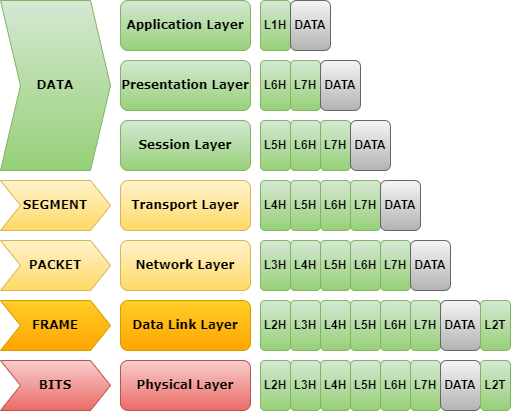
Above: OSImodel/images/OSImodel.png in cybsf/CheatSheets (draw.io), before the change. Source tidied: cells renumbered, new cells last; positions are measured from the earlier drawing's top-left corner, leaving out a move shared by most shapes. Its diagram source:
```xml
<mxGraphModel>
  <root>
    <mxCell id="0" />
    <mxCell id="1" parent="0" />
    <mxCell id="2" value="&lt;font face=&quot;Verdana&quot;&gt;&lt;b&gt;Physical Layer&lt;/b&gt;&lt;/font&gt;" style="rounded=1;whiteSpace=wrap;html=1;fillColor=#f8cecc;strokeColor=#b85450;gradientColor=#ea6b66;" parent="1" vertex="1">
      <mxGeometry x="120" y="360" width="130" height="50" as="geometry" />
    </mxCell>
    <mxCell id="3" value="&lt;span style=&quot;font-family: &amp;#34;verdana&amp;#34;&quot;&gt;&lt;b&gt;Data Link Layer&lt;/b&gt;&lt;/span&gt;" style="rounded=1;whiteSpace=wrap;html=1;fillColor=#ffcd28;strokeColor=#d79b00;gradientColor=#ffa500;" parent="1" vertex="1">
      <mxGeometry x="120" y="300" width="130" height="50" as="geometry" />
    </mxCell>
    <mxCell id="4" value="&lt;span style=&quot;font-family: &amp;#34;verdana&amp;#34;&quot;&gt;&lt;b&gt;Network Layer&lt;/b&gt;&lt;/span&gt;" style="rounded=1;whiteSpace=wrap;html=1;fillColor=#fff2cc;strokeColor=#d6b656;gradientColor=#ffd966;" parent="1" vertex="1">
      <mxGeometry x="120" y="240" width="130" height="50" as="geometry" />
    </mxCell>
    <mxCell id="5" value="&lt;font face=&quot;Verdana&quot;&gt;&lt;b&gt;Transport Layer&lt;/b&gt;&lt;/font&gt;" style="rounded=1;whiteSpace=wrap;html=1;fillColor=#fff2cc;strokeColor=#d6b656;gradientColor=#ffd966;" parent="1" vertex="1">
      <mxGeometry x="120" y="180" width="130" height="50" as="geometry" />
    </mxCell>
    <mxCell id="6" value="&lt;font face=&quot;Verdana&quot;&gt;&lt;b&gt;Session Layer&lt;/b&gt;&lt;/font&gt;" style="rounded=1;whiteSpace=wrap;html=1;fillColor=#d5e8d4;strokeColor=#82b366;gradientColor=#97d077;" parent="1" vertex="1">
      <mxGeometry x="120" y="120" width="130" height="50" as="geometry" />
    </mxCell>
    <mxCell id="7" value="&lt;font face=&quot;Verdana&quot;&gt;&lt;b&gt;Presentation Layer&lt;/b&gt;&lt;/font&gt;" style="rounded=1;whiteSpace=wrap;html=1;fillColor=#d5e8d4;strokeColor=#82b366;gradientColor=#97d077;" parent="1" vertex="1">
      <mxGeometry x="120" y="60" width="130" height="50" as="geometry" />
    </mxCell>
    <mxCell id="8" value="&lt;font face=&quot;Verdana&quot;&gt;&lt;b&gt;Application Layer&lt;/b&gt;&lt;/font&gt;" style="rounded=1;whiteSpace=wrap;html=1;fillColor=#d5e8d4;strokeColor=#82b366;gradientColor=#97d077;" parent="1" vertex="1">
      <mxGeometry x="120" width="130" height="50" as="geometry" />
    </mxCell>
    <mxCell id="9" value="BITS" style="shape=step;perimeter=stepPerimeter;whiteSpace=wrap;html=1;fixedSize=1;fontFamily=Verdana;strokeColor=#b85450;fillColor=#f8cecc;gradientColor=#ea6b66;fontStyle=1;" parent="1" vertex="1">
      <mxGeometry y="360" width="110" height="50" as="geometry" />
    </mxCell>
    <mxCell id="10" value="FRAME" style="shape=step;perimeter=stepPerimeter;whiteSpace=wrap;html=1;fixedSize=1;fontFamily=Verdana;strokeColor=#d79b00;fillColor=#ffcd28;gradientColor=#ffa500;fontStyle=1;" parent="1" vertex="1">
      <mxGeometry y="300" width="110" height="50" as="geometry" />
    </mxCell>
    <mxCell id="11" value="PACKET" style="shape=step;perimeter=stepPerimeter;whiteSpace=wrap;html=1;fixedSize=1;fontFamily=Verdana;strokeColor=#d6b656;fillColor=#fff2cc;gradientColor=#ffd966;fontStyle=1;" parent="1" vertex="1">
      <mxGeometry y="240" width="110" height="50" as="geometry" />
    </mxCell>
    <mxCell id="12" value="SEGMENT" style="shape=step;perimeter=stepPerimeter;whiteSpace=wrap;html=1;fixedSize=1;fontFamily=Verdana;strokeColor=#d6b656;fillColor=#fff2cc;gradientColor=#ffd966;fontStyle=1;" parent="1" vertex="1">
      <mxGeometry y="180" width="110" height="50" as="geometry" />
    </mxCell>
    <mxCell id="13" value="DATA" style="shape=step;perimeter=stepPerimeter;whiteSpace=wrap;html=1;fixedSize=1;fontFamily=Verdana;strokeColor=#82b366;fillColor=#d5e8d4;gradientColor=#97d077;fontStyle=1;" parent="1" vertex="1">
      <mxGeometry width="110" height="170" as="geometry" />
    </mxCell>
    <mxCell id="14" value="L1H" style="rounded=1;whiteSpace=wrap;html=1;fillColor=#d5e8d4;strokeColor=#82b366;gradientColor=#97d077;fontStyle=1;" parent="1" vertex="1">
      <mxGeometry x="260" width="30" height="50" as="geometry" />
    </mxCell>
    <mxCell id="15" value="DATA" style="rounded=1;whiteSpace=wrap;html=1;fillColor=#f5f5f5;strokeColor=#666666;gradientColor=#b3b3b3;fontStyle=1;" parent="1" vertex="1">
      <mxGeometry x="290" width="40" height="50" as="geometry" />
    </mxCell>
    <mxCell id="16" value="L7H" style="rounded=1;whiteSpace=wrap;html=1;fillColor=#d5e8d4;strokeColor=#82b366;gradientColor=#97d077;fontStyle=1;" parent="1" vertex="1">
      <mxGeometry x="290" y="60" width="30" height="50" as="geometry" />
    </mxCell>
    <mxCell id="17" value="DATA" style="rounded=1;whiteSpace=wrap;html=1;fillColor=#f5f5f5;strokeColor=#666666;gradientColor=#b3b3b3;fontStyle=1;" parent="1" vertex="1">
      <mxGeometry x="320" y="60" width="40" height="50" as="geometry" />
    </mxCell>
    <mxCell id="18" value="L6H" style="rounded=1;whiteSpace=wrap;html=1;fillColor=#d5e8d4;strokeColor=#82b366;gradientColor=#97d077;fontStyle=1;" parent="1" vertex="1">
      <mxGeometry x="260" y="60" width="30" height="50" as="geometry" />
    </mxCell>
    <mxCell id="19" value="L7H" style="rounded=1;whiteSpace=wrap;html=1;fillColor=#d5e8d4;strokeColor=#82b366;gradientColor=#97d077;fontStyle=1;" parent="1" vertex="1">
      <mxGeometry x="320" y="120" width="30" height="50" as="geometry" />
    </mxCell>
    <mxCell id="20" value="DATA" style="rounded=1;whiteSpace=wrap;html=1;fillColor=#f5f5f5;strokeColor=#666666;gradientColor=#b3b3b3;fontStyle=1;" parent="1" vertex="1">
      <mxGeometry x="350" y="120" width="40" height="50" as="geometry" />
    </mxCell>
    <mxCell id="21" value="L6H" style="rounded=1;whiteSpace=wrap;html=1;fillColor=#d5e8d4;strokeColor=#82b366;gradientColor=#97d077;fontStyle=1;" parent="1" vertex="1">
      <mxGeometry x="290" y="120" width="30" height="50" as="geometry" />
    </mxCell>
    <mxCell id="22" value="L7H" style="rounded=1;whiteSpace=wrap;html=1;fillColor=#d5e8d4;strokeColor=#82b366;gradientColor=#97d077;fontStyle=1;" parent="1" vertex="1">
      <mxGeometry x="350" y="180" width="30" height="50" as="geometry" />
    </mxCell>
    <mxCell id="23" value="DATA" style="rounded=1;whiteSpace=wrap;html=1;fillColor=#f5f5f5;strokeColor=#666666;gradientColor=#b3b3b3;fontStyle=1;" parent="1" vertex="1">
      <mxGeometry x="380" y="180" width="40" height="50" as="geometry" />
    </mxCell>
    <mxCell id="24" value="L6H" style="rounded=1;whiteSpace=wrap;html=1;fillColor=#d5e8d4;strokeColor=#82b366;gradientColor=#97d077;fontStyle=1;" parent="1" vertex="1">
      <mxGeometry x="320" y="180" width="30" height="50" as="geometry" />
    </mxCell>
    <mxCell id="25" value="L7H" style="rounded=1;whiteSpace=wrap;html=1;fillColor=#d5e8d4;strokeColor=#82b366;gradientColor=#97d077;fontStyle=1;" parent="1" vertex="1">
      <mxGeometry x="380" y="240" width="30" height="50" as="geometry" />
    </mxCell>
    <mxCell id="26" value="DATA" style="rounded=1;whiteSpace=wrap;html=1;fillColor=#f5f5f5;strokeColor=#666666;gradientColor=#b3b3b3;fontStyle=1;" parent="1" vertex="1">
      <mxGeometry x="410" y="240" width="40" height="50" as="geometry" />
    </mxCell>
    <mxCell id="27" value="L6H" style="rounded=1;whiteSpace=wrap;html=1;fillColor=#d5e8d4;strokeColor=#82b366;gradientColor=#97d077;fontStyle=1;" parent="1" vertex="1">
      <mxGeometry x="350" y="240" width="30" height="50" as="geometry" />
    </mxCell>
    <mxCell id="28" value="L7H" style="rounded=1;whiteSpace=wrap;html=1;fillColor=#d5e8d4;strokeColor=#82b366;gradientColor=#97d077;fontStyle=1;" parent="1" vertex="1">
      <mxGeometry x="410" y="300" width="30" height="50" as="geometry" />
    </mxCell>
    <mxCell id="29" value="DATA" style="rounded=1;whiteSpace=wrap;html=1;fillColor=#f5f5f5;strokeColor=#666666;gradientColor=#b3b3b3;fontStyle=1;" parent="1" vertex="1">
      <mxGeometry x="440" y="300" width="40" height="50" as="geometry" />
    </mxCell>
    <mxCell id="30" value="L6H" style="rounded=1;whiteSpace=wrap;html=1;fillColor=#d5e8d4;strokeColor=#82b366;gradientColor=#97d077;fontStyle=1;" parent="1" vertex="1">
      <mxGeometry x="380" y="300" width="30" height="50" as="geometry" />
    </mxCell>
    <mxCell id="31" value="L5H" style="rounded=1;whiteSpace=wrap;html=1;fillColor=#d5e8d4;strokeColor=#82b366;gradientColor=#97d077;fontStyle=1;" parent="1" vertex="1">
      <mxGeometry x="260" y="120" width="30" height="50" as="geometry" />
    </mxCell>
    <mxCell id="32" value="L5H" style="rounded=1;whiteSpace=wrap;html=1;fillColor=#d5e8d4;strokeColor=#82b366;gradientColor=#97d077;fontStyle=1;" parent="1" vertex="1">
      <mxGeometry x="290" y="180" width="30" height="50" as="geometry" />
    </mxCell>
    <mxCell id="33" value="L4H" style="rounded=1;whiteSpace=wrap;html=1;fillColor=#d5e8d4;strokeColor=#82b366;gradientColor=#97d077;fontStyle=1;" parent="1" vertex="1">
      <mxGeometry x="260" y="180" width="30" height="50" as="geometry" />
    </mxCell>
    <mxCell id="34" value="L3H" style="rounded=1;whiteSpace=wrap;html=1;fillColor=#d5e8d4;strokeColor=#82b366;gradientColor=#97d077;fontStyle=1;" parent="1" vertex="1">
      <mxGeometry x="260" y="240" width="30" height="50" as="geometry" />
    </mxCell>
    <mxCell id="35" value="L4H" style="rounded=1;whiteSpace=wrap;html=1;fillColor=#d5e8d4;strokeColor=#82b366;gradientColor=#97d077;fontStyle=1;" parent="1" vertex="1">
      <mxGeometry x="290" y="240" width="30" height="50" as="geometry" />
    </mxCell>
    <mxCell id="36" value="L5H" style="rounded=1;whiteSpace=wrap;html=1;fillColor=#d5e8d4;strokeColor=#82b366;gradientColor=#97d077;fontStyle=1;" parent="1" vertex="1">
      <mxGeometry x="320" y="240" width="30" height="50" as="geometry" />
    </mxCell>
    <mxCell id="37" value="L2H" style="rounded=1;whiteSpace=wrap;html=1;fillColor=#d5e8d4;strokeColor=#82b366;gradientColor=#97d077;fontStyle=1;" parent="1" vertex="1">
      <mxGeometry x="260" y="300" width="30" height="50" as="geometry" />
    </mxCell>
    <mxCell id="38" value="L3H" style="rounded=1;whiteSpace=wrap;html=1;fillColor=#d5e8d4;strokeColor=#82b366;gradientColor=#97d077;fontStyle=1;" parent="1" vertex="1">
      <mxGeometry x="290" y="300" width="30" height="50" as="geometry" />
    </mxCell>
    <mxCell id="39" value="L4H" style="rounded=1;whiteSpace=wrap;html=1;fillColor=#d5e8d4;strokeColor=#82b366;gradientColor=#97d077;fontStyle=1;" parent="1" vertex="1">
      <mxGeometry x="320" y="300" width="30" height="50" as="geometry" />
    </mxCell>
    <mxCell id="40" value="L5H" style="rounded=1;whiteSpace=wrap;html=1;fillColor=#d5e8d4;strokeColor=#82b366;gradientColor=#97d077;fontStyle=1;" parent="1" vertex="1">
      <mxGeometry x="350" y="300" width="30" height="50" as="geometry" />
    </mxCell>
    <mxCell id="41" value="L2T" style="rounded=1;whiteSpace=wrap;html=1;fillColor=#d5e8d4;strokeColor=#82b366;gradientColor=#97d077;fontStyle=1;" parent="1" vertex="1">
      <mxGeometry x="480" y="300" width="30" height="50" as="geometry" />
    </mxCell>
    <mxCell id="42" value="L7H" style="rounded=1;whiteSpace=wrap;html=1;fillColor=#d5e8d4;strokeColor=#82b366;gradientColor=#97d077;fontStyle=1;" parent="1" vertex="1">
      <mxGeometry x="410" y="360" width="30" height="50" as="geometry" />
    </mxCell>
    <mxCell id="43" value="DATA" style="rounded=1;whiteSpace=wrap;html=1;fillColor=#f5f5f5;strokeColor=#666666;gradientColor=#b3b3b3;fontStyle=1;" parent="1" vertex="1">
      <mxGeometry x="440" y="360" width="40" height="50" as="geometry" />
    </mxCell>
    <mxCell id="44" value="L6H" style="rounded=1;whiteSpace=wrap;html=1;fillColor=#d5e8d4;strokeColor=#82b366;gradientColor=#97d077;fontStyle=1;" parent="1" vertex="1">
      <mxGeometry x="380" y="360" width="30" height="50" as="geometry" />
    </mxCell>
    <mxCell id="45" value="L2H" style="rounded=1;whiteSpace=wrap;html=1;fillColor=#d5e8d4;strokeColor=#82b366;gradientColor=#97d077;fontStyle=1;" parent="1" vertex="1">
      <mxGeometry x="260" y="360" width="30" height="50" as="geometry" />
    </mxCell>
    <mxCell id="46" value="L3H" style="rounded=1;whiteSpace=wrap;html=1;fillColor=#d5e8d4;strokeColor=#82b366;gradientColor=#97d077;fontStyle=1;" parent="1" vertex="1">
      <mxGeometry x="290" y="360" width="30" height="50" as="geometry" />
    </mxCell>
    <mxCell id="47" value="L4H" style="rounded=1;whiteSpace=wrap;html=1;fillColor=#d5e8d4;strokeColor=#82b366;gradientColor=#97d077;fontStyle=1;" parent="1" vertex="1">
      <mxGeometry x="320" y="360" width="30" height="50" as="geometry" />
    </mxCell>
    <mxCell id="48" value="L5H" style="rounded=1;whiteSpace=wrap;html=1;fillColor=#d5e8d4;strokeColor=#82b366;gradientColor=#97d077;fontStyle=1;" parent="1" vertex="1">
      <mxGeometry x="350" y="360" width="30" height="50" as="geometry" />
    </mxCell>
    <mxCell id="49" value="L2T" style="rounded=1;whiteSpace=wrap;html=1;fillColor=#d5e8d4;strokeColor=#82b366;gradientColor=#97d077;fontStyle=1;" parent="1" vertex="1">
      <mxGeometry x="480" y="360" width="30" height="50" as="geometry" />
    </mxCell>
  </root>
</mxGraphModel>
```
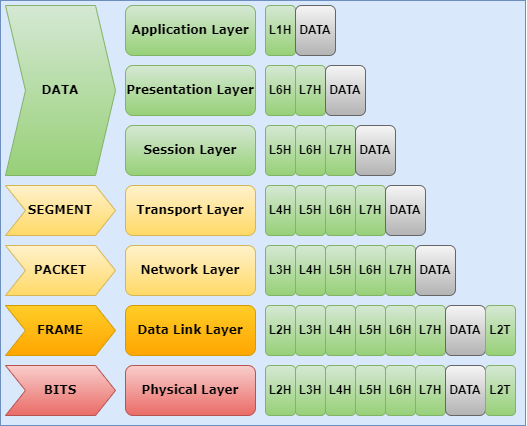
Above is the later version.

The edit, as a diff of the source:
```diff
@@ -2,6 +2,9 @@
   <root>
     <mxCell id="0" />
     <mxCell id="1" parent="0" />
+    <mxCell id="50" style="rounded=0;whiteSpace=wrap;html=1;fontFamily=Verdana;strokeColor=#6c8ebf;fillColor=#dae8fc;" parent="1" vertex="1">
+      <mxGeometry x="-5" y="-5" width="525" height="425" as="geometry" />
+    </mxCell>
     <mxCell id="2" value="&lt;font face=&quot;Verdana&quot;&gt;&lt;b&gt;Physical Layer&lt;/b&gt;&lt;/font&gt;" style="rounded=1;whiteSpace=wrap;html=1;fillColor=#f8cecc;strokeColor=#b85450;gradientColor=#ea6b66;" parent="1" vertex="1">
       <mxGeometry x="120" y="360" width="130" height="50" as="geometry" />
     </mxCell>
```
